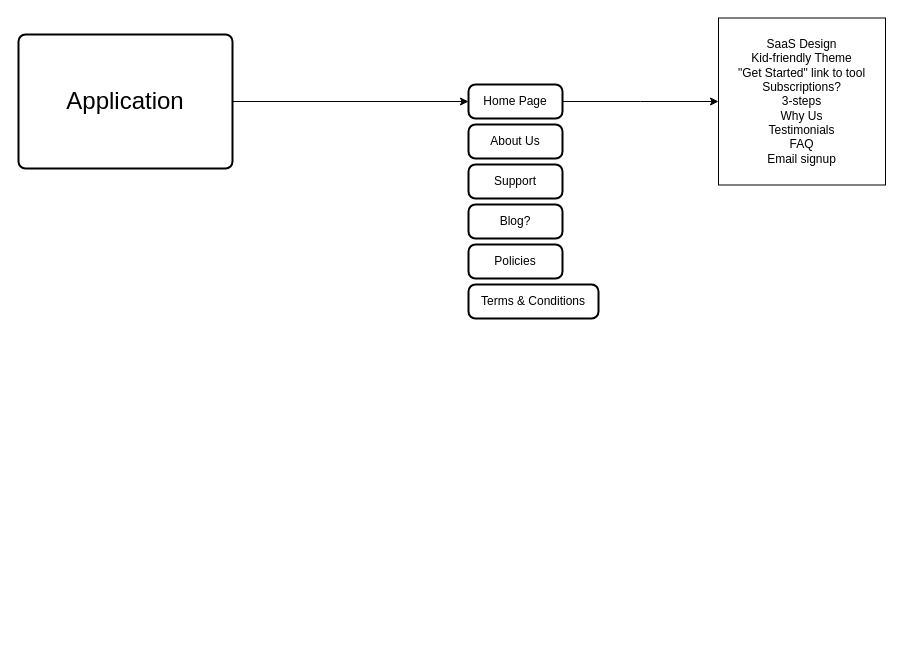
cjfritz9/ecomm-for-kids keeps this draw.io diagram as resources/app_features.drawio. Above is the earlier version. Source tidied: cells renumbered, new cells numbered last; positions are measured from the earlier drawing's top-left corner, leaving out a move shared by most shapes. Both pictures are drawn from the tidied source at 100%, with x=0, y=0 at pixel (18, 18).
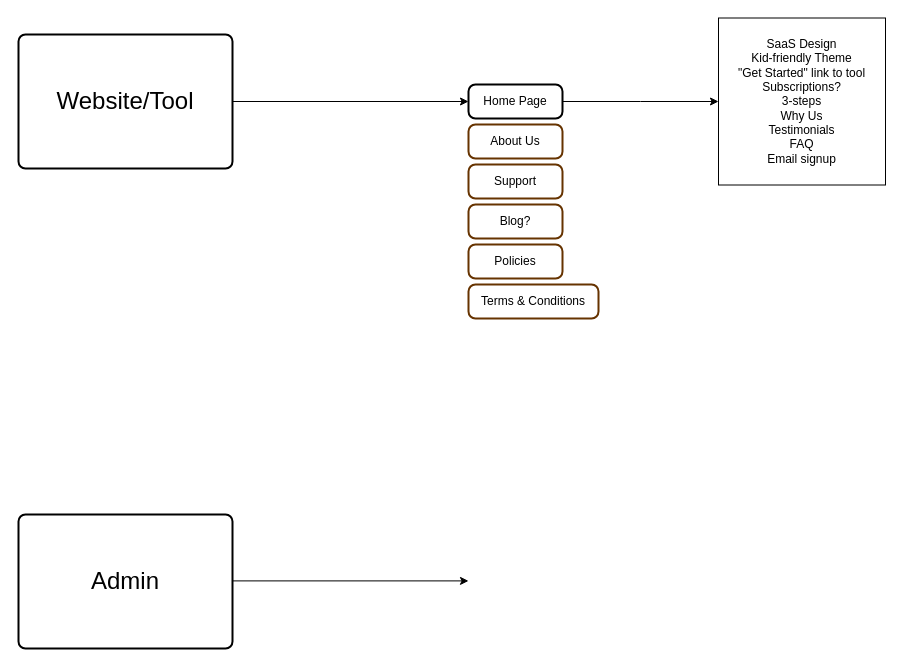
After the change.

Diff of the diagram source:
```diff
@@
 <mxGraphModel>
   <root>
     <mxCell id="0" />
     <mxCell id="1" parent="0" />
     <mxCell id="2" style="edgeStyle=orthogonalEdgeStyle;rounded=0;jettySize=auto;html=1;" parent="1" edge="1" source="3">
       <mxGeometry relative="1" as="geometry">
         <mxPoint x="700" y="83" as="targetPoint" />
       </mxGeometry>
     </mxCell>
     <mxCell id="3" value="Home Page" style="rounded=1;absoluteArcSize=1;arcSize=14;whiteSpace=wrap;strokeWidth=2;" parent="1" vertex="1">
       <mxGeometry x="450" y="66" width="94" height="34" as="geometry" />
     </mxCell>
     <mxCell id="4" style="edgeStyle=orthogonalEdgeStyle;rounded=0;jettySize=auto;html=1;entryX=0;entryY=0.5;entryDx=0;entryDy=0;" parent="1" edge="1" source="5" target="3">
       <mxGeometry relative="1" as="geometry" />
     </mxCell>
-    <mxCell id="5" value="Application" style="rounded=1;absoluteArcSize=1;arcSize=14;whiteSpace=wrap;strokeWidth=2;fontSize=24;fontStyle=0;" parent="1" vertex="1">
+    <mxCell id="5" value="Website/Tool" style="rounded=1;absoluteArcSize=1;arcSize=14;whiteSpace=wrap;strokeWidth=2;fontSize=24;fontStyle=0;" parent="1" vertex="1">
       <mxGeometry y="16" width="214" height="134" as="geometry" />
     </mxCell>
     <mxCell id="6" value="SaaS Design&lt;div&gt;Kid-friendly Theme&lt;/div&gt;&lt;div&gt;&quot;Get Started&quot; link to tool&lt;/div&gt;&lt;div&gt;Subscriptions?&lt;/div&gt;&lt;div&gt;3-steps&lt;/div&gt;&lt;div&gt;Why Us&lt;/div&gt;&lt;div&gt;Testimonials&lt;br&gt;&lt;/div&gt;&lt;div&gt;FAQ&lt;/div&gt;&lt;div&gt;Email signup&lt;/div&gt;" style="whiteSpace=wrap;html=1;" parent="1" vertex="1">
       <mxGeometry x="700" y="-0.5" width="167" height="167" as="geometry" />
     </mxCell>
-    <mxCell id="7" value="About Us" style="rounded=1;absoluteArcSize=1;arcSize=14;whiteSpace=wrap;strokeWidth=2;" parent="1" vertex="1">
+    <mxCell id="7" value="About Us" style="rounded=1;absoluteArcSize=1;arcSize=14;whiteSpace=wrap;strokeWidth=2;strokeColor=#663300;" parent="1" vertex="1">
       <mxGeometry x="450" y="106" width="94" height="34" as="geometry" />
     </mxCell>
-    <mxCell id="8" value="Support" style="rounded=1;absoluteArcSize=1;arcSize=14;whiteSpace=wrap;strokeWidth=2;" parent="1" vertex="1">
+    <mxCell id="8" value="Support" style="rounded=1;absoluteArcSize=1;arcSize=14;whiteSpace=wrap;strokeWidth=2;strokeColor=#663300;" parent="1" vertex="1">
       <mxGeometry x="450" y="146" width="94" height="34" as="geometry" />
     </mxCell>
-    <mxCell id="9" value="Blog?" style="rounded=1;absoluteArcSize=1;arcSize=14;whiteSpace=wrap;strokeWidth=2;" parent="1" vertex="1">
+    <mxCell id="9" value="Blog?" style="rounded=1;absoluteArcSize=1;arcSize=14;whiteSpace=wrap;strokeWidth=2;strokeColor=#663300;" parent="1" vertex="1">
       <mxGeometry x="450" y="186" width="94" height="34" as="geometry" />
     </mxCell>
-    <mxCell id="10" value="Policies" style="rounded=1;absoluteArcSize=1;arcSize=14;whiteSpace=wrap;strokeWidth=2;" parent="1" vertex="1">
+    <mxCell id="10" value="Policies" style="rounded=1;absoluteArcSize=1;arcSize=14;whiteSpace=wrap;strokeWidth=2;strokeColor=#663300;" parent="1" vertex="1">
       <mxGeometry x="450" y="226" width="94" height="34" as="geometry" />
     </mxCell>
-    <mxCell id="11" value="Terms &amp; Conditions" style="rounded=1;absoluteArcSize=1;arcSize=14;whiteSpace=wrap;strokeWidth=2;" parent="1" vertex="1">
+    <mxCell id="11" value="Terms &amp; Conditions" style="rounded=1;absoluteArcSize=1;arcSize=14;whiteSpace=wrap;strokeWidth=2;strokeColor=#663300;" parent="1" vertex="1">
       <mxGeometry x="450" y="266" width="130" height="34" as="geometry" />
     </mxCell>
+    <mxCell id="12" value="Admin" style="rounded=1;absoluteArcSize=1;arcSize=14;whiteSpace=wrap;strokeWidth=2;fontSize=24;fontStyle=0;" parent="1" vertex="1">
+      <mxGeometry y="496" width="214" height="134" as="geometry" />
+    </mxCell>
+    <mxCell id="13" style="edgeStyle=orthogonalEdgeStyle;rounded=0;orthogonalLoop=1;jettySize=auto;html=1;entryX=0;entryY=0.5;entryDx=0;entryDy=0;" parent="1" edge="1">
+      <mxGeometry relative="1" as="geometry">
+        <mxPoint x="214" y="562.4" as="sourcePoint" />
+        <mxPoint x="450" y="562.4" as="targetPoint" />
+      </mxGeometry>
+    </mxCell>
   </root>
 </mxGraphModel>
```
